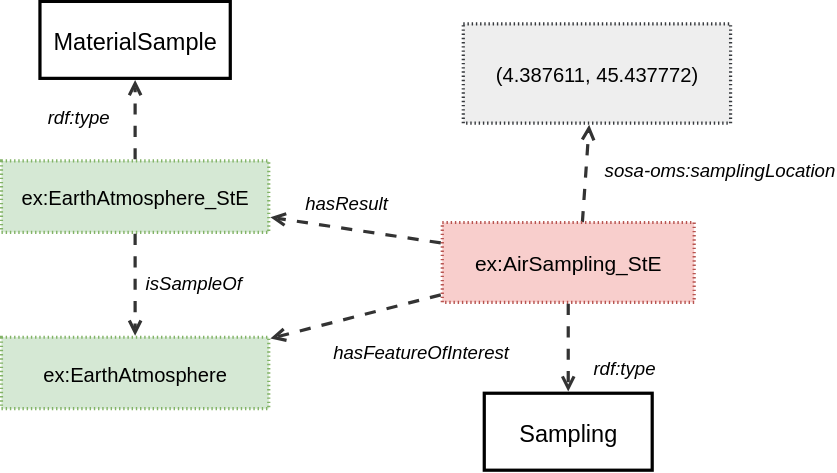
The draw.io diagram ssn/images/LocatedSampling.svg in w3c/sdw-sosa-ssn, before a commit. Source tidied: cells renumbered, new cells last; positions are measured from the earlier drawing's top-left corner, leaving out a move shared by most shapes.
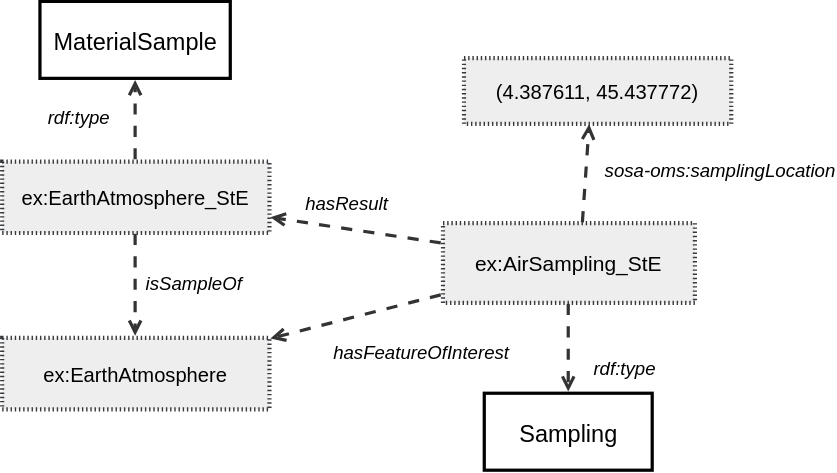
The same file after the commit.

What changed in the source:
```diff
@@ -2,7 +2,7 @@
   <root>
     <mxCell id="0" />
     <mxCell id="1" parent="0" />
-    <mxCell id="2" value="&lt;font&gt;ex:EarthAtmosphere_StE&lt;/font&gt;" style="html=1;overflow=block;blockSpacing=1;whiteSpace=wrap;fontSize=14.4;fontFamily=Helvetica;align=center;spacing=0;strokeOpacity=100;fillOpacity=100;fillColor=#d5e8d4;dashed=1;fixDash=1;dashPattern=1 2;strokeWidth=2.3;convertToSvg=1;strokeColor=#82b366;" parent="1" vertex="1">
+    <mxCell id="2" value="&lt;font&gt;ex:EarthAtmosphere_StE&lt;/font&gt;" style="html=1;overflow=block;blockSpacing=1;whiteSpace=wrap;fontSize=14.4;fontFamily=Helvetica;align=center;spacing=0;strokeOpacity=100;fillOpacity=100;fillColor=#eeeeee;dashed=1;fixDash=1;dashPattern=1 2;strokeWidth=3;convertToSvg=1;strokeColor=#36393d;" parent="1" vertex="1">
       <mxGeometry y="114" width="191" height="51" as="geometry" />
     </mxCell>
     <mxCell id="3" value="MaterialSample" style="html=1;overflow=block;blockSpacing=1;whiteSpace=wrap;fontSize=16.8;fontColor=default;fontStyle=0;align=center;spacing=0;strokeOpacity=100;fillOpacity=0;fillColor=#000000;strokeWidth=2.3;convertToSvg=1;fontFamily=Helvetica;" parent="1" vertex="1">
@@ -14,8 +14,8 @@
     <mxCell id="5" style="html=1;jettySize=18;whiteSpace=wrap;fontSize=13;strokeColor=#333333;strokeOpacity=100;dashed=1;fixDash=1;dashPattern=8 8;strokeWidth=2.3;rounded=0;startArrow=none;endArrow=open;exitX=0.5;exitY=-0.022;exitPerimeter=0;entryX=0.5;entryY=1.021;entryPerimeter=0;lucidId=A-tLlVsy8QA~;fontColor=default;convertToSvg=1;fontFamily=Helvetica;" parent="1" edge="1" source="2" target="3">
       <mxGeometry relative="1" as="geometry" />
     </mxCell>
-    <mxCell id="6" value="&lt;font&gt;(4.387611, 45.437772)&lt;/font&gt;" style="points=[[0.471,1.016,0]];html=1;overflow=block;blockSpacing=1;whiteSpace=wrap;fontSize=14.4;fontFamily=Helvetica;align=center;spacing=0;strokeOpacity=100;fillOpacity=100;fillColor=#eeeeee;dashed=1;fixDash=1;dashPattern=1 2;strokeWidth=2.3;convertToSvg=1;strokeColor=#36393d;" parent="1" vertex="1">
-      <mxGeometry x="330" y="16" width="191" height="71" as="geometry" />
+    <mxCell id="6" value="&lt;font&gt;(4.387611, 45.437772)&lt;/font&gt;" style="points=[[0.471,1.016,0]];html=1;overflow=block;blockSpacing=1;whiteSpace=wrap;fontSize=14.4;fontFamily=Helvetica;align=center;spacing=0;strokeOpacity=100;fillOpacity=100;fillColor=#eeeeee;dashed=1;fixDash=1;dashPattern=1 2;strokeWidth=3;convertToSvg=1;strokeColor=#36393d;" parent="1" vertex="1">
+      <mxGeometry x="330" y="40" width="191" height="47" as="geometry" />
     </mxCell>
     <mxCell id="7" style="html=1;jettySize=18;whiteSpace=wrap;fontSize=13;strokeColor=#333333;strokeOpacity=100;dashed=1;fixDash=1;dashPattern=8 8;strokeWidth=2.3;rounded=0;startArrow=none;endArrow=open;exitX=0.55;exitY=0.278;exitPerimeter=0;entryX=0.471;entryY=1.016;entryPerimeter=0;lucidId=A-tLJ03LX-C-;fontColor=default;convertToSvg=1;fontFamily=Helvetica;" parent="1" edge="1" source="12" target="6">
       <mxGeometry relative="1" as="geometry" />
@@ -23,7 +23,7 @@
     <mxCell id="8" value="sosa-oms:samplingLocation" style="html=1;overflow=block;blockSpacing=1;whiteSpace=wrap;fontSize=13.3;fontStyle=2;align=left;spacing=3.8;verticalAlign=top;strokeColor=none;fillOpacity=0;fillColor=#ffffff;dashed=1;fixDash=1;dashPattern=16 6;strokeWidth=0;lucidId=A-tLXsr12cKE;fontColor=default;convertToSvg=1;fontFamily=Helvetica;" parent="1" vertex="1">
       <mxGeometry x="428" y="110" width="101" height="24" as="geometry" />
     </mxCell>
-    <mxCell id="9" value="&lt;font&gt;ex:EarthAtmosphere&lt;/font&gt;" style="html=1;overflow=block;blockSpacing=1;whiteSpace=wrap;fontSize=14.4;fontFamily=Helvetica;align=center;spacing=0;strokeOpacity=100;fillOpacity=100;fillColor=#d5e8d4;dashed=1;fixDash=1;dashPattern=1 2;strokeWidth=2.3;convertToSvg=1;strokeColor=#82b366;" parent="1" vertex="1">
+    <mxCell id="9" value="&lt;font&gt;ex:EarthAtmosphere&lt;/font&gt;" style="html=1;overflow=block;blockSpacing=1;whiteSpace=wrap;fontSize=14.4;fontFamily=Helvetica;align=center;spacing=0;strokeOpacity=100;fillOpacity=100;fillColor=#eeeeee;dashed=1;fixDash=1;dashPattern=1 2;strokeWidth=3;convertToSvg=1;strokeColor=#36393d;" parent="1" vertex="1">
       <mxGeometry y="240" width="191" height="51" as="geometry" />
     </mxCell>
     <mxCell id="10" style="html=1;jettySize=18;whiteSpace=wrap;fontSize=13;strokeColor=#333333;strokeOpacity=100;dashed=1;fixDash=1;dashPattern=8 8;strokeWidth=2.3;rounded=0;startArrow=none;endArrow=open;exitX=0.5;exitY=1.022;exitPerimeter=0;entryX=0.5;entryY=-0.022;entryPerimeter=0;lucidId=A-tL4dQTPhSz;fontColor=default;convertToSvg=1;fontFamily=Helvetica;" parent="1" edge="1" source="2" target="9">
@@ -32,7 +32,7 @@
     <mxCell id="11" value="isSampleOf" style="html=1;overflow=block;blockSpacing=1;whiteSpace=wrap;fontSize=13.3;fontStyle=2;align=left;spacing=3.8;verticalAlign=top;strokeColor=none;fillOpacity=0;fillColor=#ffffff;dashed=1;fixDash=1;dashPattern=16 6;strokeWidth=0;lucidId=A-tLC04_h~EB;fontColor=default;convertToSvg=1;fontFamily=Helvetica;" parent="1" vertex="1">
       <mxGeometry x="100" y="191" width="101" height="24" as="geometry" />
     </mxCell>
-    <mxCell id="12" value="&lt;font&gt;ex:AirSampling_StE&lt;/font&gt;" style="points=[[0.55,0.278,0]];html=1;overflow=block;blockSpacing=1;whiteSpace=wrap;fontSize=15;fontFamily=Helvetica;align=center;spacing=0;strokeOpacity=100;fillOpacity=100;fillColor=#f8cecc;dashed=1;fixDash=1;dashPattern=1 2;strokeWidth=2.3;convertToSvg=1;strokeColor=#b85450;" parent="1" vertex="1">
+    <mxCell id="12" value="&lt;font&gt;ex:AirSampling_StE&lt;/font&gt;" style="points=[[0.55,0.278,0]];html=1;overflow=block;blockSpacing=1;whiteSpace=wrap;fontSize=15;fontFamily=Helvetica;align=center;spacing=0;strokeOpacity=100;fillOpacity=100;fillColor=#eeeeee;dashed=1;fixDash=1;dashPattern=1 2;strokeWidth=3;convertToSvg=1;strokeColor=#36393d;" parent="1" vertex="1">
       <mxGeometry x="315" y="158" width="180" height="57" as="geometry" />
     </mxCell>
     <mxCell id="13" style="html=1;jettySize=18;whiteSpace=wrap;fontSize=13;strokeColor=#333333;strokeOpacity=100;dashed=1;fixDash=1;dashPattern=8 8;strokeWidth=2.3;rounded=0;startArrow=none;endArrow=open;exitX=-0.006;exitY=0.907;exitPerimeter=0;entryX=1.006;entryY=0.017;entryPerimeter=0;lucidId=m.tLpbR_ObS~;fontColor=default;convertToSvg=1;fontFamily=Helvetica;" parent="1" edge="1" source="12" target="9">
```
